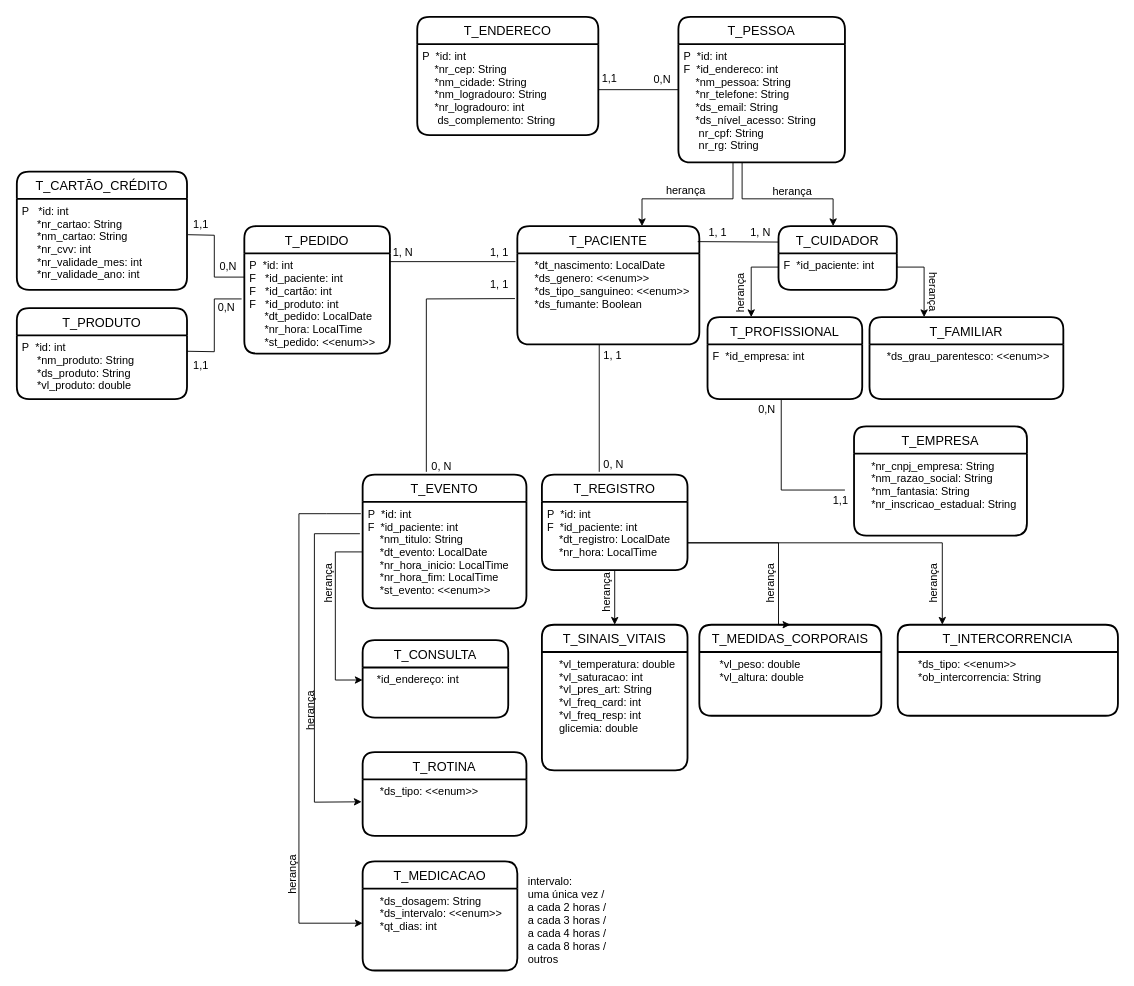
The draw.io diagram schema.drawio in dBianchii/gs-care, before the edit. Source tidied: cells renumbered, new cells numbered last; positions are measured from the earlier drawing's top-left corner, leaving out a move shared by most shapes. Both pictures are drawn from the tidied source at 91%, with x=0, y=0 at pixel (16, 16).
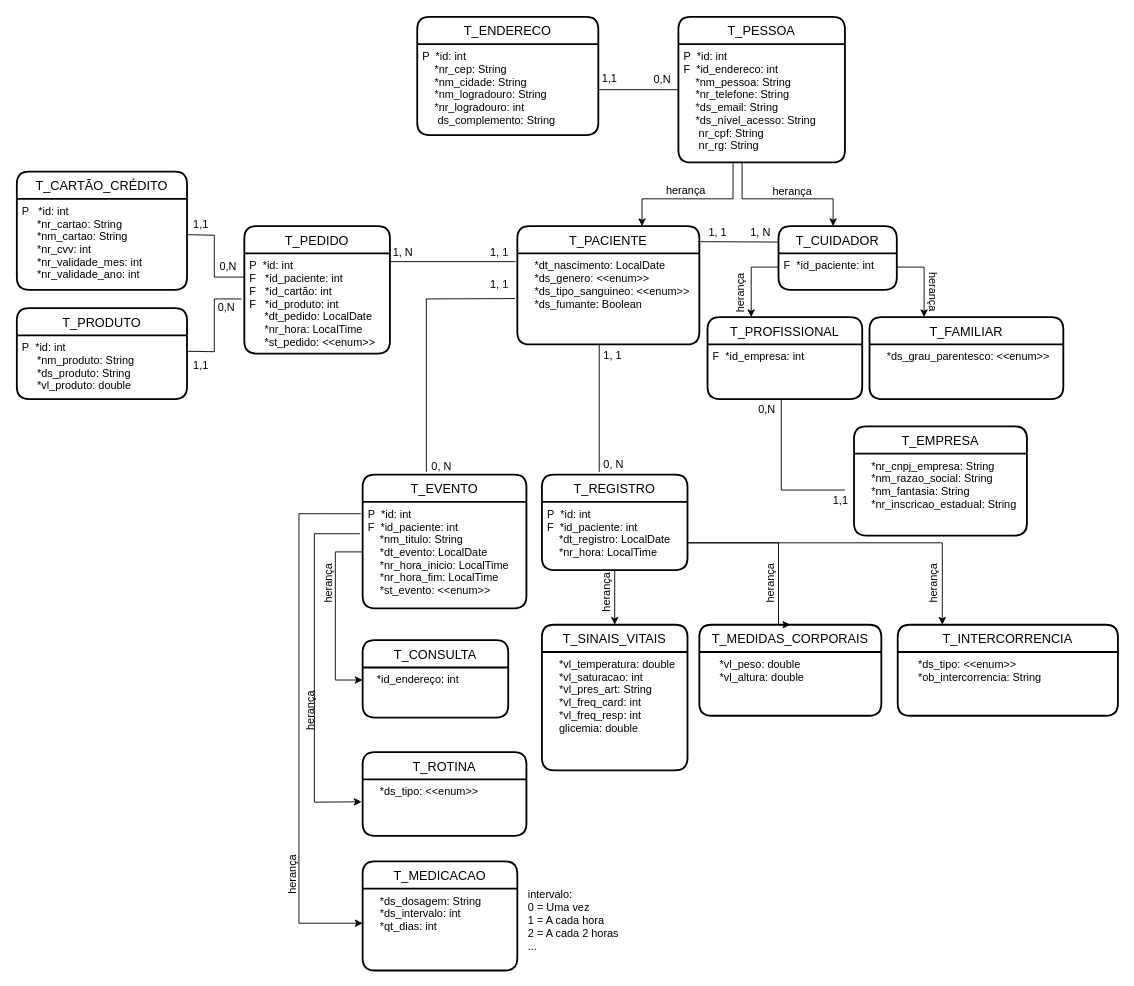
The same diagram, later.

The change refers to these unchanged cells:
```xml
<mxCell id="31" value="T_MEDICACAO" style="swimlane;horizontal=1;startSize=30;rounded=1;fontSize=14;fontStyle=0;strokeWidth=2;shadow=0;dashed=0;align=center;" parent="1" vertex="1">
  <mxGeometry x="380" y="928" width="170" height="120" as="geometry" />
</mxCell>
```

The edit, as a diff of the source:
```diff
@@
-    <mxCell id="32" value="    *ds_dosagem: String&#10;    *ds_intervalo: &lt;&lt;enum&gt;&gt; &#10;    *qt_dias: int" style="align=left;strokeColor=none;fillColor=none;spacingLeft=4;fontSize=12;verticalAlign=top;" parent="31" vertex="1">
+    <mxCell id="32" value="    *ds_dosagem: String&#10;    *ds_intervalo: int &#10;    *qt_dias: int" style="align=left;strokeColor=none;fillColor=none;spacingLeft=4;fontSize=12;verticalAlign=top;" parent="31" vertex="1">
       <mxGeometry y="30" width="170" height="90" as="geometry" />
     </mxCell>
@@
-    <mxCell id="37" value="intervalo:&lt;br&gt;uma única vez /&lt;br&gt;a cada 2 horas /&lt;br&gt;a cada 3 horas /&lt;br&gt;a cada 4 horas /&lt;br&gt;a cada 8 horas /&lt;br&gt;outros&lt;br&gt;" style="text;html=1;align=left;verticalAlign=middle;strokeColor=none;fillColor=none;" parent="1" vertex="1">
-      <mxGeometry x="560" y="938" width="110" height="110" as="geometry" />
+    <mxCell id="37" value="intervalo:&lt;br&gt;0 = Uma vez&lt;br&gt;1 = A cada hora&lt;br&gt;2 = A cada 2 horas&lt;br&gt;..." style="text;html=1;align=left;verticalAlign=middle;strokeColor=none;fillColor=none;" parent="1" vertex="1">
+      <mxGeometry x="560" y="948" width="120" height="90" as="geometry" />
     </mxCell>
```
